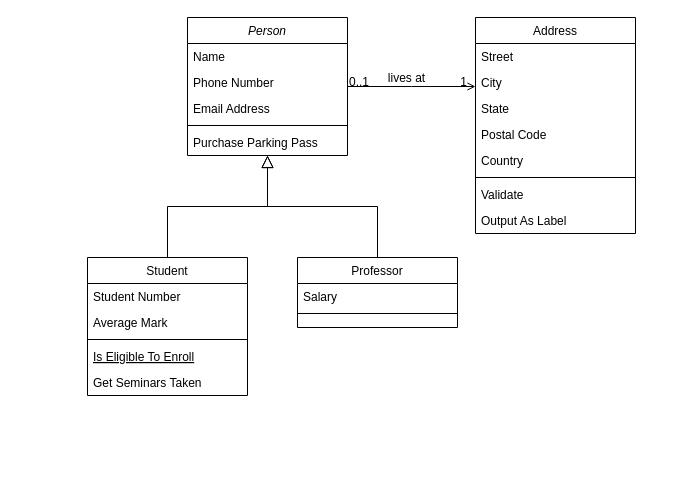
bec-anne/BIT504_AT2_Task2 keeps this draw.io diagram as Untitled Diagram.drawio. Above is the earlier version. Source tidied: cells renumbered, new cells numbered last; positions are measured from the earlier drawing's top-left corner, leaving out a move shared by most shapes. Both pictures are drawn from the tidied source at 100%, with x=0, y=0 at pixel (87, 17).
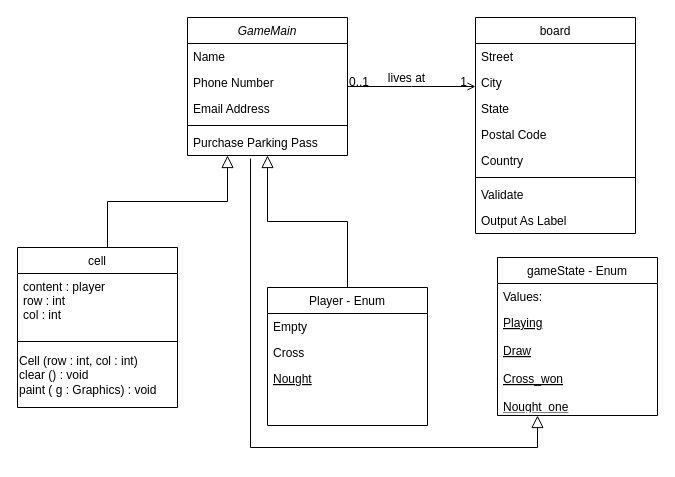
The same page after the edit.

The change refers to these unchanged cells:
```xml
<mxCell id="7" value="Purchase Parking Pass" style="text;align=left;verticalAlign=top;spacingLeft=4;spacingRight=4;overflow=hidden;points=[[0,0.5],[1,0.5]];portConstraint=eastwest;" parent="2" vertex="1">
  <mxGeometry y="112" width="160" height="26" as="geometry" />
</mxCell>
```

Change to the diagram source:
```diff
@@
-    <mxCell id="2" value="Person" style="swimlane;fontStyle=2;align=center;verticalAlign=top;horizontal=1;startSize=26;rounded=0;shadow=0;strokeWidth=1;" parent="1" vertex="1">
+    <mxCell id="2" value="GameMain" style="swimlane;fontStyle=2;align=center;verticalAlign=top;horizontal=1;startSize=26;rounded=0;shadow=0;strokeWidth=1;" parent="1" vertex="1">
       <mxGeometry x="100" width="160" height="138" as="geometry" />
     </mxCell>
@@
-    <mxCell id="8" value="Student" style="swimlane;fontStyle=0;align=center;verticalAlign=top;horizontal=1;startSize=26;rounded=0;shadow=0;strokeWidth=1;" parent="1" vertex="1">
-      <mxGeometry y="240" width="160" height="138" as="geometry" />
+    <mxCell id="8" value="Player - Enum" style="swimlane;fontStyle=0;align=center;verticalAlign=top;horizontal=1;startSize=26;rounded=0;shadow=0;strokeWidth=1;" parent="1" vertex="1">
+      <mxGeometry x="180" y="270" width="160" height="138" as="geometry" />
     </mxCell>
-    <mxCell id="9" value="Student Number" style="text;align=left;verticalAlign=top;spacingLeft=4;spacingRight=4;overflow=hidden;" parent="8" vertex="1">
+    <mxCell id="9" value="Empty" style="text;align=left;verticalAlign=top;spacingLeft=4;spacingRight=4;overflow=hidden;" parent="8" vertex="1">
       <mxGeometry y="26" width="160" height="26" as="geometry" />
     </mxCell>
-    <mxCell id="10" value="Average Mark" style="text;align=left;verticalAlign=top;spacingLeft=4;spacingRight=4;overflow=hidden;rounded=0;shadow=0;html=0;" parent="8" vertex="1">
+    <mxCell id="10" value="Cross" style="text;align=left;verticalAlign=top;spacingLeft=4;spacingRight=4;overflow=hidden;rounded=0;shadow=0;html=0;" parent="8" vertex="1">
       <mxGeometry y="52" width="160" height="26" as="geometry" />
     </mxCell>
-    <mxCell id="11" style="line;html=1;strokeWidth=1;align=left;verticalAlign=middle;spacingTop=-1;spacingLeft=3;spacingRight=3;labelPosition=right;" parent="8" vertex="1">
-      <mxGeometry y="78" width="160" height="8" as="geometry" />
-    </mxCell>
-    <mxCell id="12" value="Is Eligible To Enroll" style="text;align=left;verticalAlign=top;spacingLeft=4;spacingRight=4;overflow=hidden;fontStyle=4;" parent="8" vertex="1">
-      <mxGeometry y="86" width="160" height="26" as="geometry" />
+    <mxCell id="12" value="Nought" style="text;align=left;verticalAlign=top;spacingLeft=4;spacingRight=4;overflow=hidden;fontStyle=4;" parent="8" vertex="1">
+      <mxGeometry y="78" width="160" height="26" as="geometry" />
     </mxCell>
-    <mxCell id="13" value="Get Seminars Taken" style="text;align=left;verticalAlign=top;spacingLeft=4;spacingRight=4;overflow=hidden;" parent="8" vertex="1">
-      <mxGeometry y="112" width="160" height="26" as="geometry" />
-    </mxCell>
@@
-    <mxCell id="15" value="Professor" style="swimlane;fontStyle=0;align=center;verticalAlign=top;horizontal=1;startSize=26;rounded=0;shadow=0;strokeWidth=1;" parent="1" vertex="1">
-      <mxGeometry x="210" y="240" width="160" height="70" as="geometry" />
+    <mxCell id="15" value="cell" style="swimlane;fontStyle=0;align=center;verticalAlign=top;horizontal=1;startSize=26;rounded=0;shadow=0;strokeWidth=1;" parent="1" vertex="1">
+      <mxGeometry x="-70" y="230" width="160" height="160" as="geometry" />
     </mxCell>
-    <mxCell id="16" value="Salary" style="text;align=left;verticalAlign=top;spacingLeft=4;spacingRight=4;overflow=hidden;" parent="15" vertex="1">
-      <mxGeometry y="26" width="160" height="26" as="geometry" />
+    <mxCell id="16" value="content : player&#10;row : int&#10;col : int&#10;" style="text;align=left;verticalAlign=top;spacingLeft=4;spacingRight=4;overflow=hidden;" parent="15" vertex="1">
+      <mxGeometry y="26" width="160" height="64" as="geometry" />
     </mxCell>
     <mxCell id="17" style="line;html=1;strokeWidth=1;align=left;verticalAlign=middle;spacingTop=-1;spacingLeft=3;spacingRight=3;labelPosition=right;" parent="15" vertex="1">
-      <mxGeometry y="52" width="160" height="8" as="geometry" />
+      <mxGeometry y="90" width="160" height="8" as="geometry" />
     </mxCell>
+    <mxCell id="32" value="Cell (row : int, col : int)&lt;div&gt;clear () : void&lt;/div&gt;&lt;div&gt;paint ( g : Graphics) : void&lt;/div&gt;" style="text;html=1;align=left;verticalAlign=middle;strokeColor=none;fillColor=none;" parent="15" vertex="1">
+      <mxGeometry y="98" width="160" height="60" as="geometry" />
+    </mxCell>
-    <mxCell id="18" style="endArrow=block;endSize=10;endFill=0;shadow=0;strokeWidth=1;rounded=0;curved=0;edgeStyle=elbowEdgeStyle;elbow=vertical;" parent="1" edge="1" source="15" target="2">
-      <mxGeometry relative="1" as="geometry" />
+    <mxCell id="18" style="endArrow=block;endSize=10;endFill=0;shadow=0;strokeWidth=1;rounded=0;curved=0;edgeStyle=elbowEdgeStyle;elbow=vertical;entryX=0.531;entryY=0.962;entryDx=0;entryDy=0;entryPerimeter=0;" parent="1" edge="1">
+      <mxGeometry relative="1" as="geometry">
+        <mxPoint x="20" y="230" as="sourcePoint" />
+        <mxPoint x="140" y="138" as="targetPoint" />
+      </mxGeometry>
     </mxCell>
-    <mxCell id="19" value="Address" style="swimlane;fontStyle=0;align=center;verticalAlign=top;horizontal=1;startSize=26;rounded=0;shadow=0;strokeWidth=1;" parent="1" vertex="1">
+    <mxCell id="19" value="board" style="swimlane;fontStyle=0;align=center;verticalAlign=top;horizontal=1;startSize=26;rounded=0;shadow=0;strokeWidth=1;" parent="1" vertex="1">
       <mxGeometry x="388" width="160" height="216" as="geometry" />
     </mxCell>
@@
+    <mxCell id="33" value="gameState - Enum" style="swimlane;fontStyle=0;align=center;verticalAlign=top;horizontal=1;startSize=26;rounded=0;shadow=0;strokeWidth=1;" parent="1" vertex="1">
+      <mxGeometry x="410" y="240" width="160" height="158" as="geometry" />
+    </mxCell>
+    <mxCell id="34" value="Values:&#10;" style="text;align=left;verticalAlign=top;spacingLeft=4;spacingRight=4;overflow=hidden;" parent="33" vertex="1">
+      <mxGeometry y="26" width="160" height="26" as="geometry" />
+    </mxCell>
+    <mxCell id="35" value="Playing&#10;&#10;Draw&#10;&#10;Cross_won&#10;&#10;Nought_one" style="text;align=left;verticalAlign=top;spacingLeft=4;spacingRight=4;overflow=hidden;fontStyle=4;" parent="33" vertex="1">
+      <mxGeometry y="52" width="160" height="98" as="geometry" />
+    </mxCell>
+    <mxCell id="36" style="endArrow=block;endSize=10;endFill=0;shadow=0;strokeWidth=1;rounded=0;curved=0;edgeStyle=elbowEdgeStyle;elbow=vertical;exitX=0.394;exitY=1.115;exitDx=0;exitDy=0;exitPerimeter=0;entryX=0.25;entryY=1;entryDx=0;entryDy=0;" parent="1" edge="1" source="7" target="33">
+      <mxGeometry relative="1" as="geometry">
+        <Array as="points">
+          <mxPoint x="450" y="430" />
+          <mxPoint x="360" y="430" />
+          <mxPoint x="508" y="330" />
+        </Array>
+      </mxGeometry>
+    </mxCell>
```
